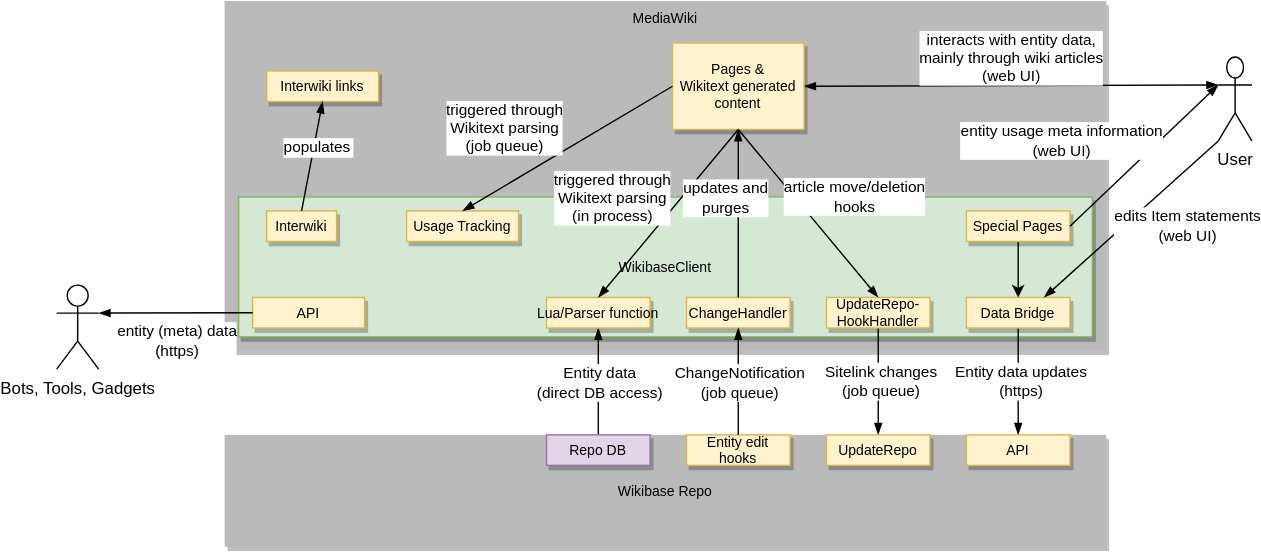
Before: systems/WikibaseClient/diagrams/03-technical-context.drawio.svg, a diagram exported from draw.io (wmde/wikidata-wikibase-architecture). Source tidied: cells renumbered, new cells last; positions are measured from the earlier drawing's top-left corner, leaving out a move shared by most shapes.
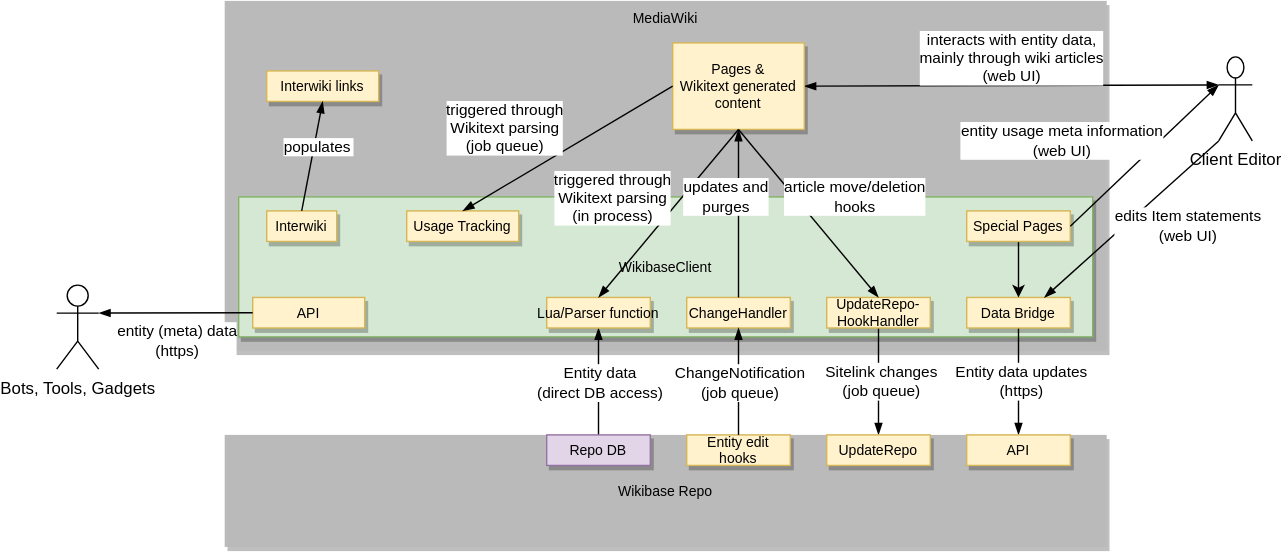
After the commit.

Commit message:
client: Rename User to Client editor to reflect the stakeholders section

The edit, as a diff of the source:
```diff
@@ -102,7 +102,7 @@
         <mxPoint x="21.9" y="-24.1" as="offset" />
       </mxGeometry>
     </mxCell>
-    <mxCell id="30" value="User" style="shape=umlActor;verticalLabelPosition=bottom;verticalAlign=top;html=1;outlineConnect=0;" parent="1" vertex="1">
+    <mxCell id="30" value="Client Editor" style="shape=umlActor;verticalLabelPosition=bottom;verticalAlign=top;html=1;outlineConnect=0;" parent="1" vertex="1">
       <mxGeometry x="830" y="40" width="24" height="60" as="geometry" />
     </mxCell>
     <mxCell id="31" style="endArrow=blockThin;strokeColor=#000000;fontSize=10;fontColor=#000000;strokeWidth=1;endFill=1;entryX=0.25;entryY=1;entryDx=0;entryDy=0;exitX=0;exitY=1;exitDx=0;exitDy=0;exitPerimeter=0;" parent="1" edge="1" source="30" target="13">
```
